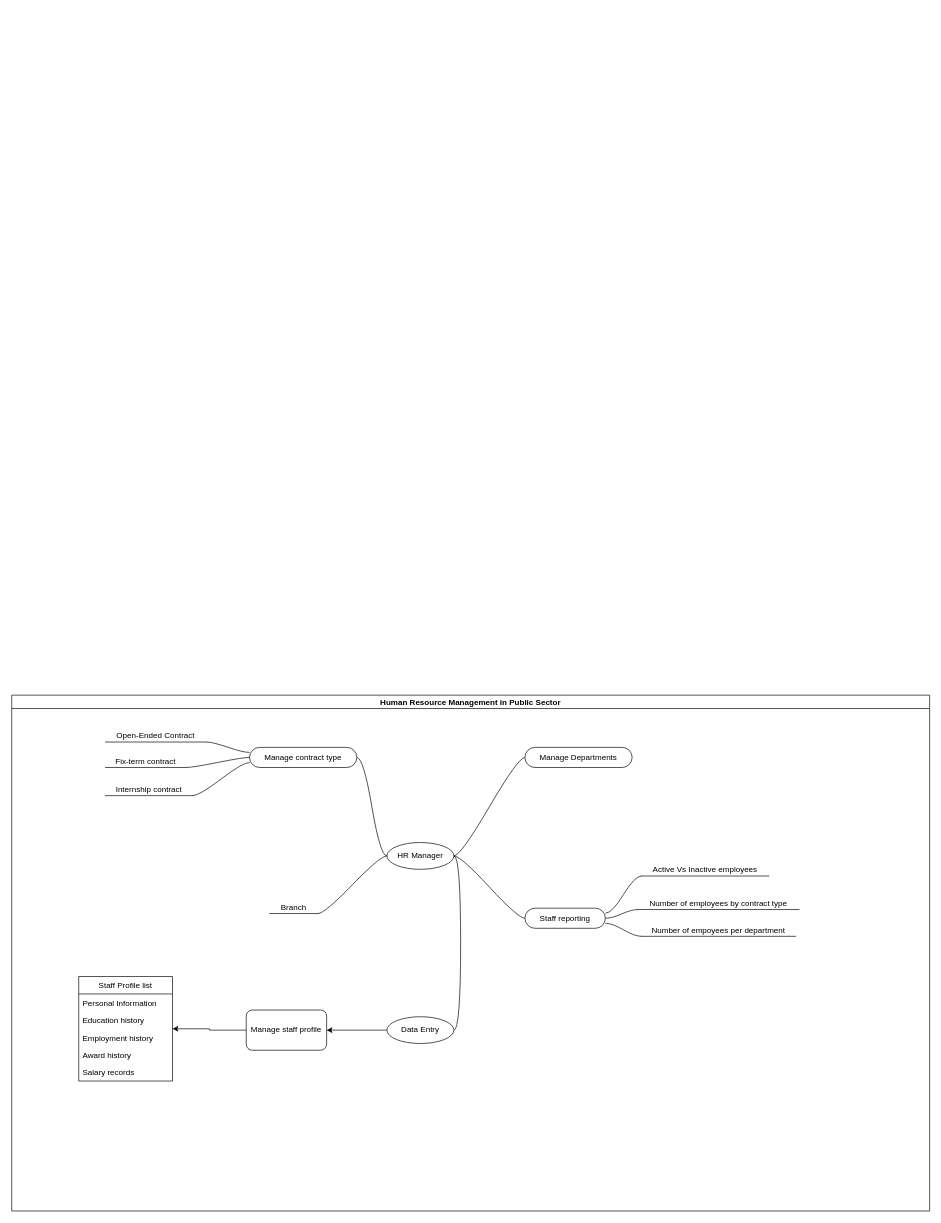
This is page "UserStory" (1 of 3) of HumanResourceFlowcharts-PKH.drawio from Dimand-sok/HRM-PKH, a draw.io file, before an edit. Source tidied: cells renumbered, new cells numbered last; positions are measured from the earlier drawing's top-left corner, leaving out a move shared by most shapes. Both pictures are drawn from the tidied source at 67%, with x=0, y=0 at pixel (11, 695).
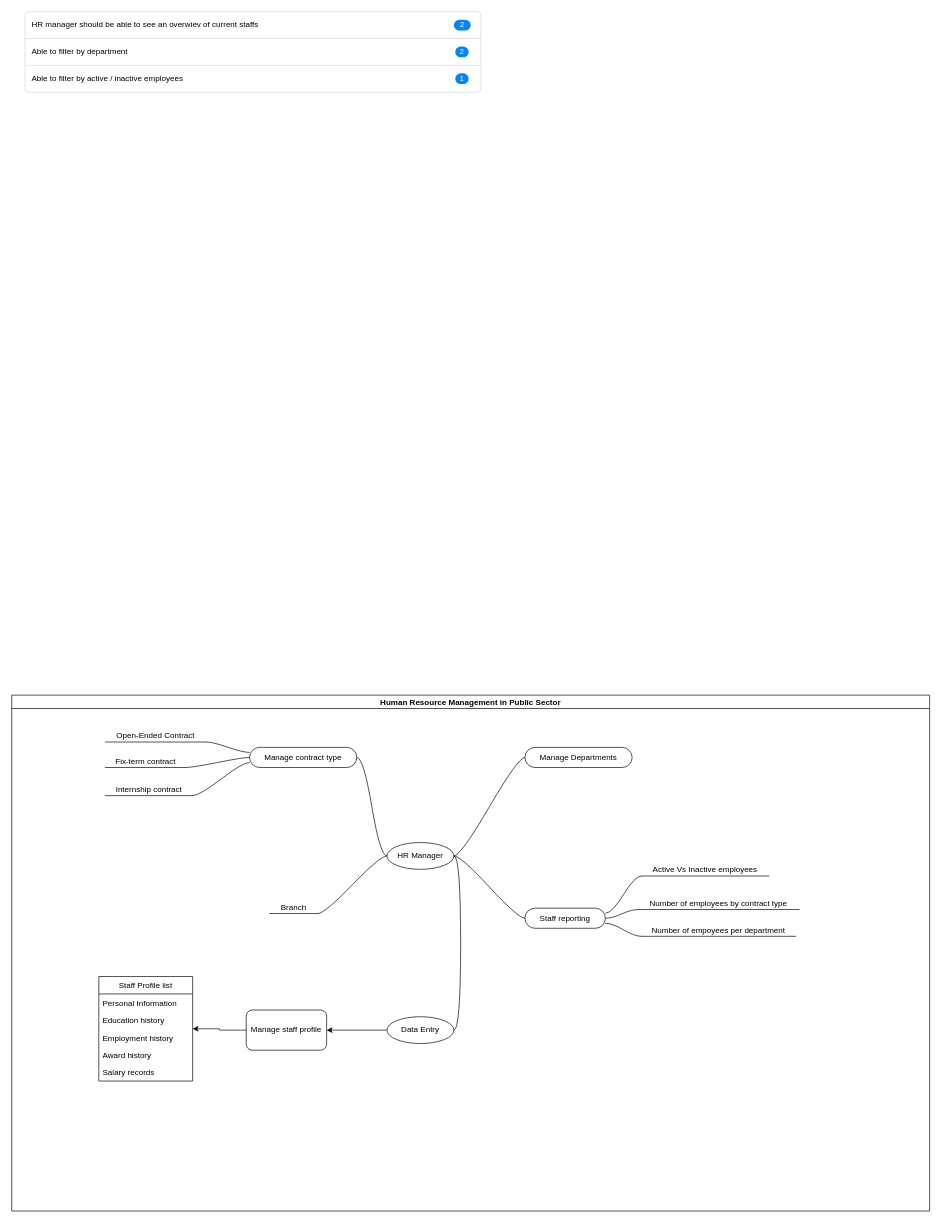
The same diagram, later.

The change refers to these unchanged cells:
```xml
<mxCell id="2" value="Human Resource Management in Public Sector" style="swimlane;startSize=20;horizontal=1;containerType=tree;" parent="1" vertex="1">
  <mxGeometry width="1370" height="770" as="geometry" />
</mxCell>
```

Change to the diagram source:
```diff
@@
     <mxCell id="15" value="Staff Profile list" style="swimlane;fontStyle=0;horizontal=1;startSize=26;fillColor=none;" parent="2" vertex="1">
-      <mxGeometry x="100" y="420" width="140" height="156" as="geometry" />
+      <mxGeometry x="130" y="420" width="140" height="156" as="geometry" />
     </mxCell>
@@
+    <mxCell id="35" style="html=1;shadow=0;dashed=0;shape=mxgraph.bootstrap.rrect;rSize=5;strokeColor=#DFDFDF;html=1;whiteSpace=wrap;fillColor=#FFFFFF;fontColor=#000000;" parent="1" vertex="1">
+      <mxGeometry x="20" y="-1020" width="680" height="120" as="geometry" />
+    </mxCell>
+    <mxCell id="36" value="HR manager should be able to see an overwiev of current staffs" style="strokeColor=inherit;fillColor=inherit;gradientColor=inherit;fontColor=inherit;html=1;shadow=0;dashed=0;shape=mxgraph.bootstrap.topButton;rSize=5;perimeter=none;whiteSpace=wrap;align=left;spacing=10;" parent="35" vertex="1">
+      <mxGeometry width="680" height="40" relative="1" as="geometry" />
+    </mxCell>
+    <mxCell id="37" value="2" style="strokeColor=inherit;fillColor=inherit;gradientColor=inherit;fontColor=inherit;html=1;shadow=0;dashed=0;shape=mxgraph.bootstrap.rrect;rSize=8;fillColor=#0085FC;strokeColor=none;fontColor=#ffffff;whiteSpace=wrap;" parent="36" vertex="1">
+      <mxGeometry x="1" y="0.5" width="25" height="16" relative="1" as="geometry">
+        <mxPoint x="-40" y="-8" as="offset" />
+      </mxGeometry>
+    </mxCell>
+    <mxCell id="38" value="Able to filter by department" style="strokeColor=inherit;fillColor=inherit;gradientColor=inherit;fontColor=inherit;html=1;shadow=0;dashed=0;perimeter=none;whiteSpace=wrap;align=left;spacing=10;" parent="35" vertex="1">
+      <mxGeometry width="680" height="40" relative="1" as="geometry">
+        <mxPoint y="40" as="offset" />
+      </mxGeometry>
+    </mxCell>
+    <mxCell id="39" value="2" style="strokeColor=inherit;fillColor=inherit;gradientColor=inherit;fontColor=inherit;html=1;shadow=0;dashed=0;shape=mxgraph.bootstrap.rrect;rSize=8;fillColor=#0085FC;strokeColor=none;fontColor=#ffffff;whiteSpace=wrap;" parent="38" vertex="1">
+      <mxGeometry x="1" y="0.5" width="20" height="16" relative="1" as="geometry">
+        <mxPoint x="-38" y="-8" as="offset" />
+      </mxGeometry>
+    </mxCell>
+    <mxCell id="40" value="Able to filter by active / inactive employees" style="strokeColor=inherit;fillColor=inherit;gradientColor=inherit;fontColor=inherit;html=1;shadow=0;dashed=0;shape=mxgraph.bootstrap.bottomButton;rSize=5;perimeter=none;whiteSpace=wrap;align=left;spacing=10;" parent="35" vertex="1">
+      <mxGeometry y="1" width="680" height="40" relative="1" as="geometry">
+        <mxPoint y="-40" as="offset" />
+      </mxGeometry>
+    </mxCell>
+    <mxCell id="41" value="1" style="strokeColor=inherit;fillColor=inherit;gradientColor=inherit;fontColor=inherit;html=1;shadow=0;dashed=0;shape=mxgraph.bootstrap.rrect;rSize=8;fillColor=#0085FC;strokeColor=none;fontColor=#ffffff;whiteSpace=wrap;" parent="40" vertex="1">
+      <mxGeometry x="1" y="0.5" width="20" height="16" relative="1" as="geometry">
+        <mxPoint x="-38" y="-8" as="offset" />
+      </mxGeometry>
+    </mxCell>
```
